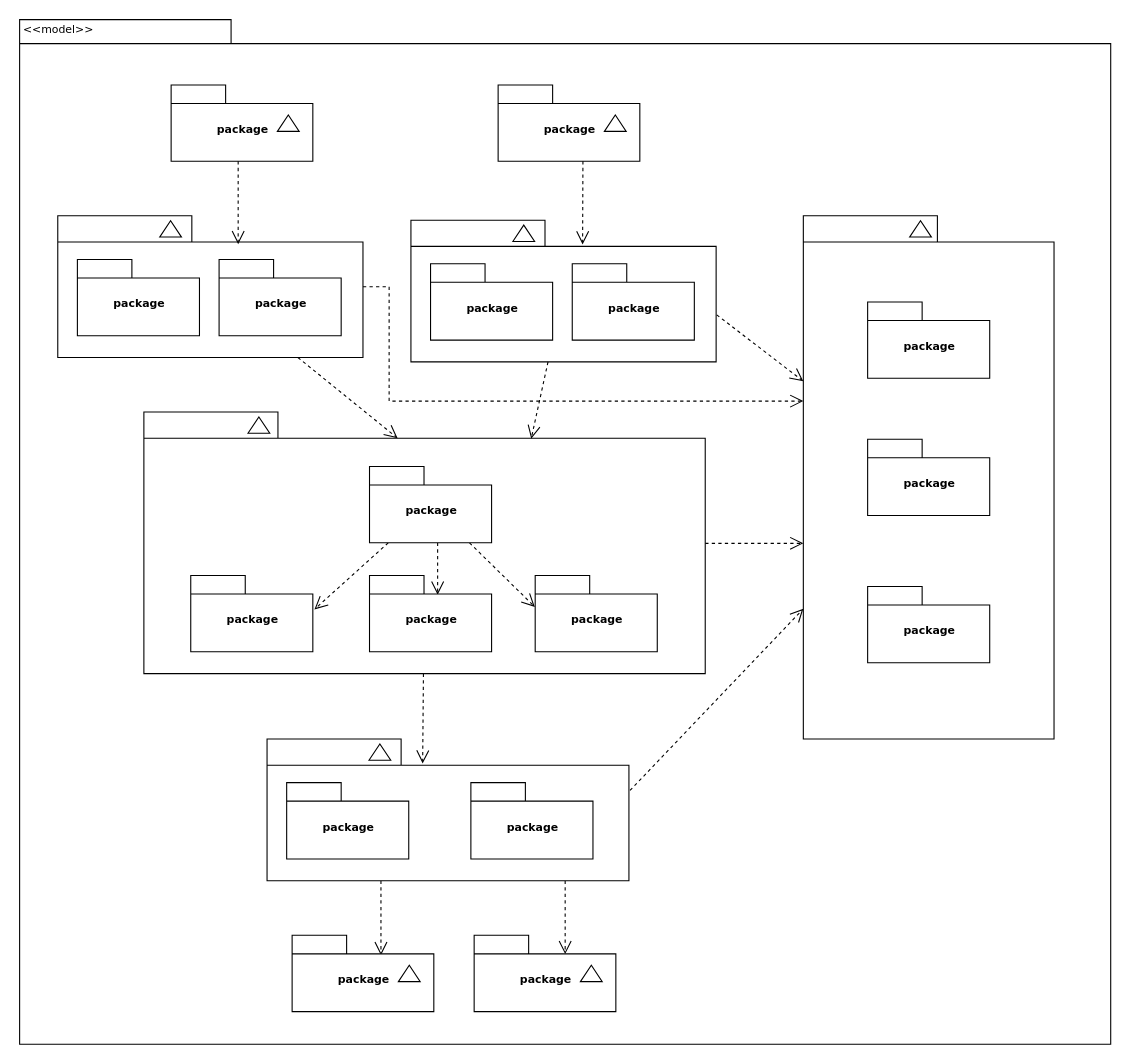
muthukrishnanmce/Diagrams keeps this draw.io diagram as page "Backend Arch" (1 of 2) of Untitled Diagram.drawio. Above is the earlier version. Source tidied: cells renumbered, new cells numbered last; positions are measured from the earlier drawing's top-left corner, leaving out a move shared by most shapes. Both pictures are drawn from the tidied source at 109%, with x=0, y=0 at pixel (19, 19).
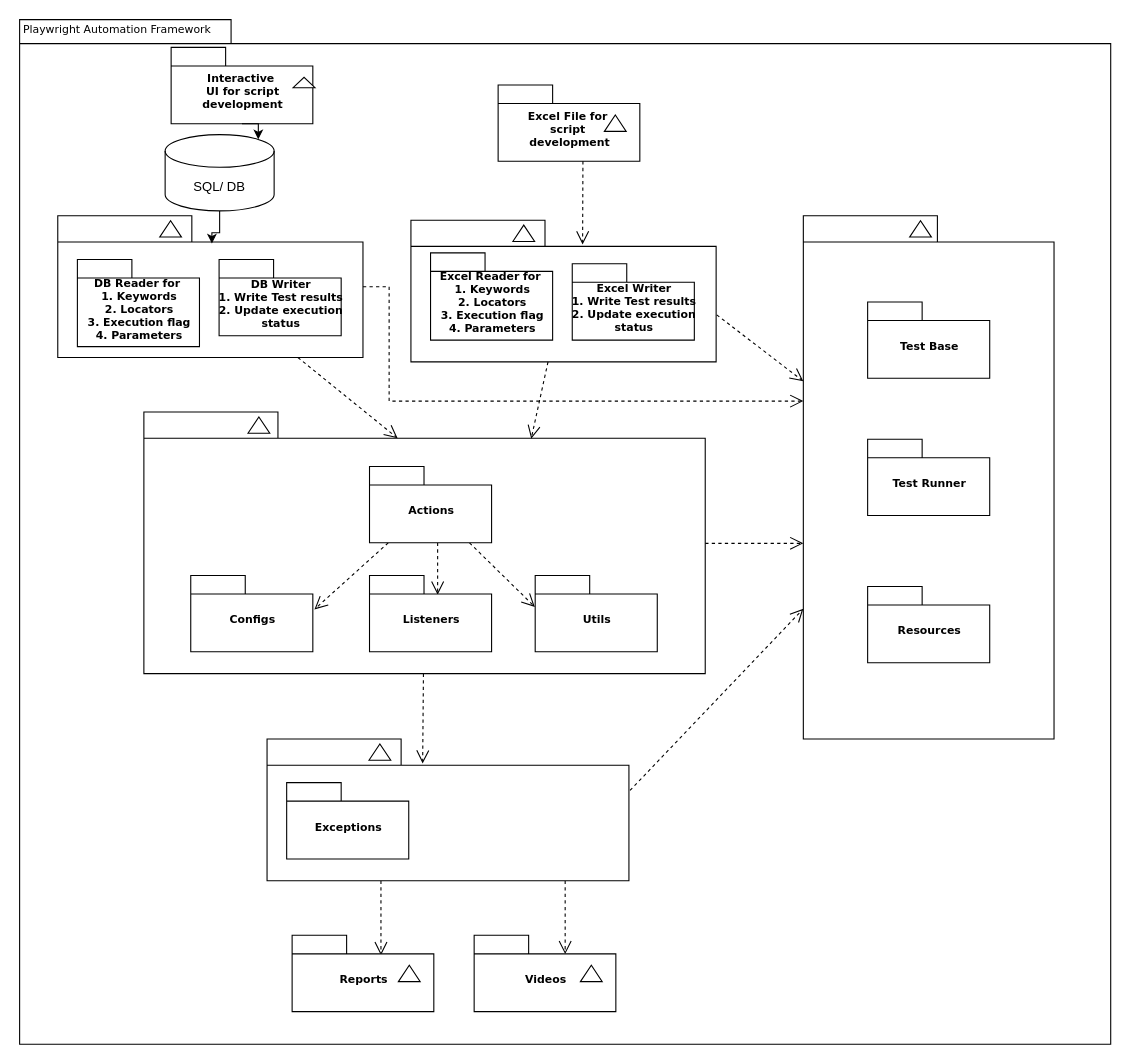
After the change.

Unchanged cells that the change refers to:
```xml
<mxCell id="6" style="group;" parent="1" vertex="1">
  <mxGeometry x="439.5" y="60.5" width="130" height="70" as="geometry" />
</mxCell>
<mxCell id="9" style="group;" parent="1" vertex="1">
  <mxGeometry x="35.5" y="180.5" width="280" height="130" as="geometry" />
</mxCell>
<mxCell id="10" style="shape=folder;fontStyle=1;spacingTop=10;tabWidth=123;tabHeight=24;tabPosition=left;html=1;rounded=0;shadow=0;comic=0;labelBackgroundColor=none;strokeWidth=1;fontFamily=Verdana;fontSize=10;align=center;" parent="9" vertex="1">
  <mxGeometry width="280" height="130" as="geometry" />
</mxCell>
<mxCell id="14" style="group;" parent="1" vertex="1">
  <mxGeometry x="359.5" y="184.5" width="280" height="130" as="geometry" />
</mxCell>
<mxCell id="20" style="group;" parent="19" vertex="1">
  <mxGeometry width="230" height="480" as="geometry" />
</mxCell>
<mxCell id="44" style="group;" parent="1" vertex="1">
  <mxGeometry x="250.5" y="840.6" width="130" height="70" as="geometry" />
</mxCell>
<mxCell id="47" style="group;" parent="1" vertex="1">
  <mxGeometry x="417.5" y="840.6" width="130" height="70" as="geometry" />
</mxCell>
```

The edit, as a diff of the source:
```diff
@@
     <mxCell id="3" style="group;" parent="1" vertex="1">
-      <mxGeometry x="139.5" y="60.5" width="130" height="70" as="geometry" />
+      <mxGeometry x="139.5" y="26" width="130" height="70" as="geometry" />
     </mxCell>
-    <mxCell id="4" value="package" style="shape=folder;fontStyle=1;spacingTop=10;tabWidth=50;tabHeight=17;tabPosition=left;html=1;rounded=0;shadow=0;comic=0;labelBackgroundColor=none;strokeWidth=1;fontFamily=Verdana;fontSize=10;align=center;" parent="3" vertex="1">
+    <mxCell id="4" value="Interactive&amp;nbsp;&lt;br&gt;UI for script &lt;br&gt;development" style="shape=folder;fontStyle=1;spacingTop=10;tabWidth=50;tabHeight=17;tabPosition=left;html=1;rounded=0;shadow=0;comic=0;labelBackgroundColor=none;strokeWidth=1;fontFamily=Verdana;fontSize=10;align=center;" parent="3" vertex="1">
       <mxGeometry width="130" height="70" as="geometry" />
     </mxCell>
     <mxCell id="5" style="triangle;whiteSpace=wrap;html=1;rounded=0;shadow=0;comic=0;labelBackgroundColor=none;strokeWidth=1;fontFamily=Verdana;fontSize=10;align=center;rotation=-90;" parent="3" vertex="1">
-      <mxGeometry x="100" y="25" width="15" height="20" as="geometry" />
+      <mxGeometry x="117.2" y="22.2" width="9.5" height="20" as="geometry" />
     </mxCell>
@@
-    <mxCell id="7" value="package" style="shape=folder;fontStyle=1;spacingTop=10;tabWidth=50;tabHeight=17;tabPosition=left;html=1;rounded=0;shadow=0;comic=0;labelBackgroundColor=none;strokeWidth=1;fontFamily=Verdana;fontSize=10;align=center;" parent="6" vertex="1">
+    <mxCell id="7" value="Excel File for&amp;nbsp;&lt;br&gt;script&amp;nbsp;&lt;br&gt;development" style="shape=folder;fontStyle=1;spacingTop=10;tabWidth=50;tabHeight=17;tabPosition=left;html=1;rounded=0;shadow=0;comic=0;labelBackgroundColor=none;strokeWidth=1;fontFamily=Verdana;fontSize=10;align=center;" parent="6" vertex="1">
       <mxGeometry width="130" height="70" as="geometry" />
     </mxCell>
@@
-    <mxCell id="12" value="package" style="shape=folder;fontStyle=1;spacingTop=10;tabWidth=50;tabHeight=17;tabPosition=left;html=1;rounded=0;shadow=0;comic=0;labelBackgroundColor=none;strokeWidth=1;fontFamily=Verdana;fontSize=10;align=center;" parent="9" vertex="1">
-      <mxGeometry x="18" y="40" width="112" height="70" as="geometry" />
+    <mxCell id="12" value="DB Reader for&amp;nbsp;&lt;br&gt;1. Keywords&lt;br&gt;2. Locators&lt;br&gt;3. Execution flag&lt;br&gt;4. Parameters" style="shape=folder;fontStyle=1;spacingTop=10;tabWidth=50;tabHeight=17;tabPosition=left;html=1;rounded=0;shadow=0;comic=0;labelBackgroundColor=none;strokeWidth=1;fontFamily=Verdana;fontSize=10;align=center;" parent="9" vertex="1">
+      <mxGeometry x="18" y="40" width="112" height="80" as="geometry" />
     </mxCell>
-    <mxCell id="13" value="package" style="shape=folder;fontStyle=1;spacingTop=10;tabWidth=50;tabHeight=17;tabPosition=left;html=1;rounded=0;shadow=0;comic=0;labelBackgroundColor=none;strokeWidth=1;fontFamily=Verdana;fontSize=10;align=center;" parent="9" vertex="1">
+    <mxCell id="13" value="DB Writer&lt;br&gt;1. Write Test results&lt;br&gt;2. Update execution&lt;br&gt;status" style="shape=folder;fontStyle=1;spacingTop=10;tabWidth=50;tabHeight=17;tabPosition=left;html=1;rounded=0;shadow=0;comic=0;labelBackgroundColor=none;strokeWidth=1;fontFamily=Verdana;fontSize=10;align=center;" parent="9" vertex="1">
       <mxGeometry x="148" y="40" width="112" height="70" as="geometry" />
     </mxCell>
@@
-    <mxCell id="17" value="package" style="shape=folder;fontStyle=1;spacingTop=10;tabWidth=50;tabHeight=17;tabPosition=left;html=1;rounded=0;shadow=0;comic=0;labelBackgroundColor=none;strokeWidth=1;fontFamily=Verdana;fontSize=10;align=center;" parent="14" vertex="1">
-      <mxGeometry x="18" y="40" width="112" height="70" as="geometry" />
+    <mxCell id="17" value="Excel Reader for&amp;nbsp;&lt;br&gt;1. Keywords&lt;br&gt;2. Locators&lt;br&gt;3. Execution flag&lt;br&gt;4. Parameters" style="shape=folder;fontStyle=1;spacingTop=10;tabWidth=50;tabHeight=17;tabPosition=left;html=1;rounded=0;shadow=0;comic=0;labelBackgroundColor=none;strokeWidth=1;fontFamily=Verdana;fontSize=10;align=center;" parent="14" vertex="1">
+      <mxGeometry x="18" y="30" width="112" height="80" as="geometry" />
     </mxCell>
-    <mxCell id="18" value="package" style="shape=folder;fontStyle=1;spacingTop=10;tabWidth=50;tabHeight=17;tabPosition=left;html=1;rounded=0;shadow=0;comic=0;labelBackgroundColor=none;strokeWidth=1;fontFamily=Verdana;fontSize=10;align=center;" parent="14" vertex="1">
+    <mxCell id="18" value="Excel Writer&lt;br&gt;1. Write Test results&lt;br&gt;2. Update execution&lt;br&gt;status" style="shape=folder;fontStyle=1;spacingTop=10;tabWidth=50;tabHeight=17;tabPosition=left;html=1;rounded=0;shadow=0;comic=0;labelBackgroundColor=none;strokeWidth=1;fontFamily=Verdana;fontSize=10;align=center;" parent="14" vertex="1">
       <mxGeometry x="148" y="40" width="112" height="70" as="geometry" />
     </mxCell>
@@
-    <mxCell id="23" value="package" style="shape=folder;fontStyle=1;spacingTop=10;tabWidth=50;tabHeight=17;tabPosition=left;html=1;rounded=0;shadow=0;comic=0;labelBackgroundColor=none;strokeWidth=1;fontFamily=Verdana;fontSize=10;align=center;" parent="20" vertex="1">
+    <mxCell id="23" value="Test Base" style="shape=folder;fontStyle=1;spacingTop=10;tabWidth=50;tabHeight=17;tabPosition=left;html=1;rounded=0;shadow=0;comic=0;labelBackgroundColor=none;strokeWidth=1;fontFamily=Verdana;fontSize=10;align=center;" parent="20" vertex="1">
       <mxGeometry x="59" y="79" width="112" height="70" as="geometry" />
     </mxCell>
-    <mxCell id="24" value="package" style="shape=folder;fontStyle=1;spacingTop=10;tabWidth=50;tabHeight=17;tabPosition=left;html=1;rounded=0;shadow=0;comic=0;labelBackgroundColor=none;strokeWidth=1;fontFamily=Verdana;fontSize=10;align=center;" parent="20" vertex="1">
+    <mxCell id="24" value="Test Runner" style="shape=folder;fontStyle=1;spacingTop=10;tabWidth=50;tabHeight=17;tabPosition=left;html=1;rounded=0;shadow=0;comic=0;labelBackgroundColor=none;strokeWidth=1;fontFamily=Verdana;fontSize=10;align=center;" parent="20" vertex="1">
       <mxGeometry x="59" y="205" width="112" height="70" as="geometry" />
     </mxCell>
-    <mxCell id="25" value="package" style="shape=folder;fontStyle=1;spacingTop=10;tabWidth=50;tabHeight=17;tabPosition=left;html=1;rounded=0;shadow=0;comic=0;labelBackgroundColor=none;strokeWidth=1;fontFamily=Verdana;fontSize=10;align=center;" parent="20" vertex="1">
+    <mxCell id="25" value="Resources" style="shape=folder;fontStyle=1;spacingTop=10;tabWidth=50;tabHeight=17;tabPosition=left;html=1;rounded=0;shadow=0;comic=0;labelBackgroundColor=none;strokeWidth=1;fontFamily=Verdana;fontSize=10;align=center;" parent="20" vertex="1">
       <mxGeometry x="59" y="340" width="112" height="70" as="geometry" />
     </mxCell>
@@
-    <mxCell id="32" value="package" style="shape=folder;fontStyle=1;spacingTop=10;tabWidth=50;tabHeight=17;tabPosition=left;html=1;rounded=0;shadow=0;comic=0;labelBackgroundColor=none;strokeColor=#000000;strokeWidth=1;fillColor=#ffffff;fontFamily=Verdana;fontSize=10;fontColor=#000000;align=center;" parent="1" vertex="1">
+    <mxCell id="32" value="Actions" style="shape=folder;fontStyle=1;spacingTop=10;tabWidth=50;tabHeight=17;tabPosition=left;html=1;rounded=0;shadow=0;comic=0;labelBackgroundColor=none;strokeColor=#000000;strokeWidth=1;fillColor=#ffffff;fontFamily=Verdana;fontSize=10;fontColor=#000000;align=center;" parent="1" vertex="1">
       <mxGeometry x="321.5" y="410.5" width="112" height="70" as="geometry" />
     </mxCell>
-    <mxCell id="33" value="package" style="shape=folder;fontStyle=1;spacingTop=10;tabWidth=50;tabHeight=17;tabPosition=left;html=1;rounded=0;shadow=0;comic=0;labelBackgroundColor=none;strokeColor=#000000;strokeWidth=1;fillColor=#ffffff;fontFamily=Verdana;fontSize=10;fontColor=#000000;align=center;" parent="1" vertex="1">
+    <mxCell id="33" value="Configs" style="shape=folder;fontStyle=1;spacingTop=10;tabWidth=50;tabHeight=17;tabPosition=left;html=1;rounded=0;shadow=0;comic=0;labelBackgroundColor=none;strokeColor=#000000;strokeWidth=1;fillColor=#ffffff;fontFamily=Verdana;fontSize=10;fontColor=#000000;align=center;" parent="1" vertex="1">
       <mxGeometry x="157.5" y="510.5" width="112" height="70" as="geometry" />
     </mxCell>
-    <mxCell id="34" value="package" style="shape=folder;fontStyle=1;spacingTop=10;tabWidth=50;tabHeight=17;tabPosition=left;html=1;rounded=0;shadow=0;comic=0;labelBackgroundColor=none;strokeColor=#000000;strokeWidth=1;fillColor=#ffffff;fontFamily=Verdana;fontSize=10;fontColor=#000000;align=center;" parent="1" vertex="1">
+    <mxCell id="34" value="Listeners" style="shape=folder;fontStyle=1;spacingTop=10;tabWidth=50;tabHeight=17;tabPosition=left;html=1;rounded=0;shadow=0;comic=0;labelBackgroundColor=none;strokeColor=#000000;strokeWidth=1;fillColor=#ffffff;fontFamily=Verdana;fontSize=10;fontColor=#000000;align=center;" parent="1" vertex="1">
       <mxGeometry x="321.5" y="510.5" width="112" height="70" as="geometry" />
     </mxCell>
-    <mxCell id="35" value="package" style="shape=folder;fontStyle=1;spacingTop=10;tabWidth=50;tabHeight=17;tabPosition=left;html=1;rounded=0;shadow=0;comic=0;labelBackgroundColor=none;strokeColor=#000000;strokeWidth=1;fillColor=#ffffff;fontFamily=Verdana;fontSize=10;fontColor=#000000;align=center;" parent="1" vertex="1">
+    <mxCell id="35" value="Utils" style="shape=folder;fontStyle=1;spacingTop=10;tabWidth=50;tabHeight=17;tabPosition=left;html=1;rounded=0;shadow=0;comic=0;labelBackgroundColor=none;strokeColor=#000000;strokeWidth=1;fillColor=#ffffff;fontFamily=Verdana;fontSize=10;fontColor=#000000;align=center;" parent="1" vertex="1">
       <mxGeometry x="473.5" y="510.5" width="112" height="70" as="geometry" />
     </mxCell>
@@
-    <mxCell id="41" value="package" style="shape=folder;fontStyle=1;spacingTop=10;tabWidth=50;tabHeight=17;tabPosition=left;html=1;rounded=0;shadow=0;comic=0;labelBackgroundColor=none;strokeWidth=1;fontFamily=Verdana;fontSize=10;align=center;" parent="1" vertex="1">
+    <mxCell id="41" value="Exceptions" style="shape=folder;fontStyle=1;spacingTop=10;tabWidth=50;tabHeight=17;tabPosition=left;html=1;rounded=0;shadow=0;comic=0;labelBackgroundColor=none;strokeWidth=1;fontFamily=Verdana;fontSize=10;align=center;" parent="1" vertex="1">
       <mxGeometry x="245.5" y="700.5" width="112" height="70" as="geometry" />
     </mxCell>
-    <mxCell id="42" value="package" style="shape=folder;fontStyle=1;spacingTop=10;tabWidth=50;tabHeight=17;tabPosition=left;html=1;rounded=0;shadow=0;comic=0;labelBackgroundColor=none;strokeWidth=1;fontFamily=Verdana;fontSize=10;align=center;" parent="1" vertex="1">
-      <mxGeometry x="414.5" y="700.5" width="112" height="70" as="geometry" />
-    </mxCell>
@@
-    <mxCell id="45" value="package" style="shape=folder;fontStyle=1;spacingTop=10;tabWidth=50;tabHeight=17;tabPosition=left;html=1;rounded=0;shadow=0;comic=0;labelBackgroundColor=none;strokeWidth=1;fontFamily=Verdana;fontSize=10;align=center;" parent="44" vertex="1">
+    <mxCell id="45" value="Reports" style="shape=folder;fontStyle=1;spacingTop=10;tabWidth=50;tabHeight=17;tabPosition=left;html=1;rounded=0;shadow=0;comic=0;labelBackgroundColor=none;strokeWidth=1;fontFamily=Verdana;fontSize=10;align=center;" parent="44" vertex="1">
       <mxGeometry width="130" height="70" as="geometry" />
     </mxCell>
@@
-    <mxCell id="48" value="package" style="shape=folder;fontStyle=1;spacingTop=10;tabWidth=50;tabHeight=17;tabPosition=left;html=1;rounded=0;shadow=0;comic=0;labelBackgroundColor=none;strokeWidth=1;fontFamily=Verdana;fontSize=10;align=center;" parent="47" vertex="1">
+    <mxCell id="48" value="Videos" style="shape=folder;fontStyle=1;spacingTop=10;tabWidth=50;tabHeight=17;tabPosition=left;html=1;rounded=0;shadow=0;comic=0;labelBackgroundColor=none;strokeWidth=1;fontFamily=Verdana;fontSize=10;align=center;" parent="47" vertex="1">
       <mxGeometry width="130" height="70" as="geometry" />
     </mxCell>
@@
-    <mxCell id="50" style="rounded=0;html=1;dashed=1;labelBackgroundColor=none;startFill=0;endArrow=open;endFill=0;endSize=10;fontFamily=Verdana;fontSize=10;entryX=0.592;entryY=0.2;entryPerimeter=0;edgeStyle=elbowEdgeStyle;" parent="1" edge="1" source="4" target="10">
-      <mxGeometry relative="1" as="geometry" />
-    </mxCell>
@@
-    <mxCell id="56" value="&amp;lt;&amp;lt;model&amp;gt;&amp;gt;" style="text;html=1;align=left;verticalAlign=top;spacingTop=-4;fontSize=10;fontFamily=Verdana;" parent="1" vertex="1">
+    <mxCell id="56" value="Playwright Automation Framework" style="text;html=1;align=left;verticalAlign=top;spacingTop=-4;fontSize=10;fontFamily=Verdana;" parent="1" vertex="1">
       <mxGeometry x="1.5" y="0.5" width="130" height="20" as="geometry" />
     </mxCell>
+    <mxCell id="57" style="edgeStyle=orthogonalEdgeStyle;rounded=0;jettySize=auto;html=1;entryX=0.505;entryY=0.196;entryDx=0;entryDy=0;entryPerimeter=0;" parent="1" edge="1" source="58" target="10">
+      <mxGeometry relative="1" as="geometry" />
+    </mxCell>
+    <mxCell id="58" value="SQL/ DB" style="shape=cylinder3;whiteSpace=wrap;html=1;boundedLbl=1;backgroundOutline=1;size=15;" parent="1" vertex="1">
+      <mxGeometry x="134" y="106" width="100" height="70" as="geometry" />
+    </mxCell>
+    <mxCell id="59" style="edgeStyle=orthogonalEdgeStyle;rounded=0;jettySize=auto;html=1;exitX=0.5;exitY=1;exitDx=0;exitDy=0;exitPerimeter=0;entryX=0.855;entryY=0;entryDx=0;entryDy=4.35;entryPerimeter=0;" parent="1" edge="1" source="4" target="58">
+      <mxGeometry relative="1" as="geometry" />
+    </mxCell>
```
